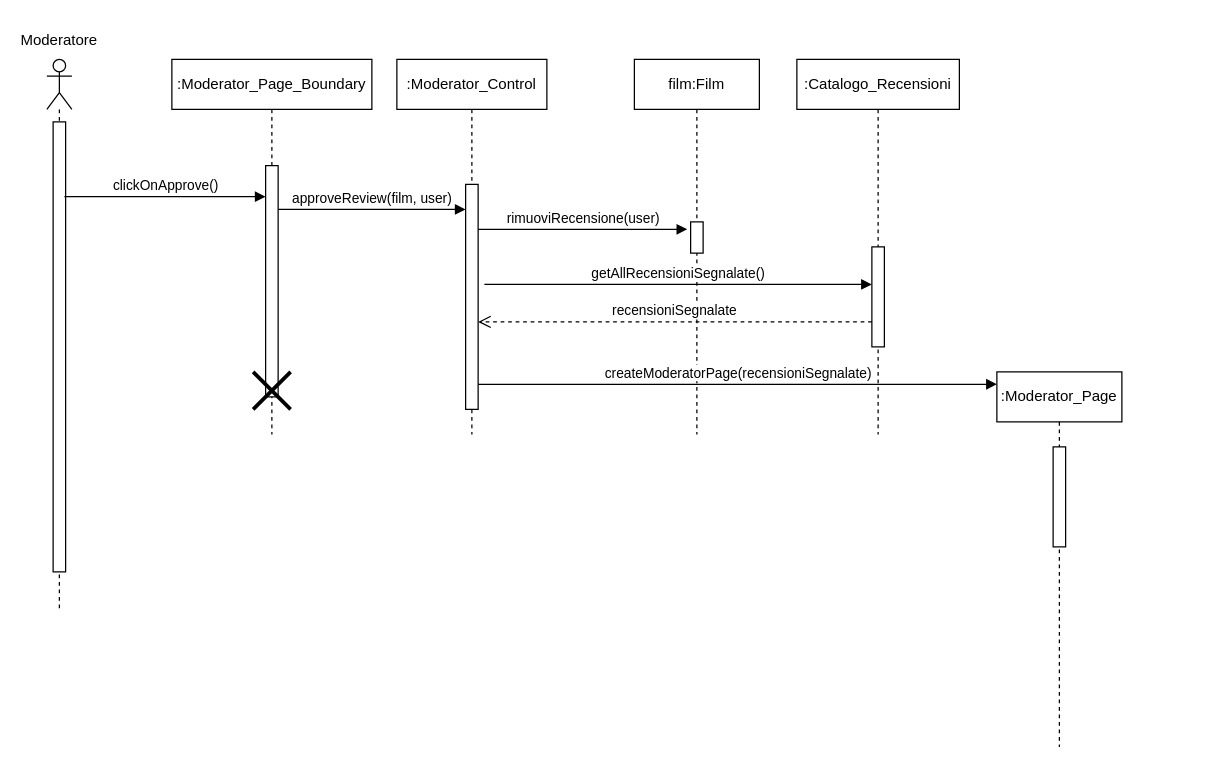
The draw.io diagram New Diagrams/Sequence Diagrams/UC19- Elimina recensione.drawio in superfra01/Rated, before the edit. Source tidied: cells renumbered, new cells numbered last; positions are measured from the earlier drawing's top-left corner, leaving out a move shared by most shapes. Both pictures are drawn from the tidied source at 125%, with x=0, y=0 at pixel (21, 21).
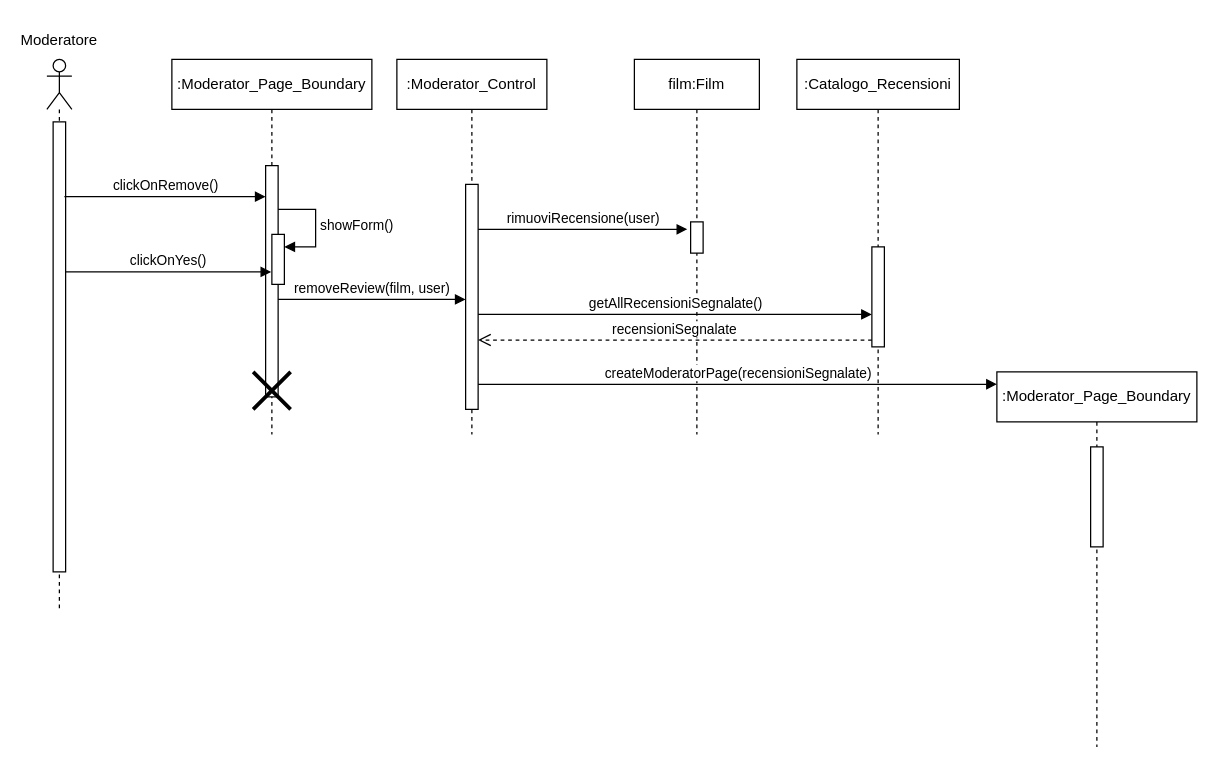
Above is the later version.

Unchanged cells that the change refers to:
```xml
<mxCell id="11" style="html=1;points=[[0,0,0,0,5],[0,1,0,0,-5],[1,0,0,0,5],[1,1,0,0,-5]];perimeter=orthogonalPerimeter;outlineConnect=0;targetShapes=umlLifeline;portConstraint=eastwest;newEdgeStyle={&quot;curved&quot;:0,&quot;rounded&quot;:0};" parent="10" vertex="1">
  <mxGeometry x="55" y="100" width="10" height="180" as="geometry" />
</mxCell>
<mxCell id="17" style="html=1;points=[[0,0,0,0,5],[0,1,0,0,-5],[1,0,0,0,5],[1,1,0,0,-5]];perimeter=orthogonalPerimeter;outlineConnect=0;targetShapes=umlLifeline;portConstraint=eastwest;newEdgeStyle={&quot;curved&quot;:0,&quot;rounded&quot;:0};" parent="16" vertex="1">
  <mxGeometry x="60" y="150" width="10" height="80" as="geometry" />
</mxCell>
```

The edit, as a diff of the source:
```diff
@@
-    <mxCell id="2" style="shape=umlLifeline;perimeter=lifelinePerimeter;whiteSpace=wrap;html=1;newEdgeStyle={&quot;curved&quot;:0,&quot;rounded&quot;:0};participant=umlActor;" parent="1" vertex="1">
-      <mxGeometry x="20" y="30" width="20" height="440" as="geometry" />
-    </mxCell>
+    <mxCell id="22" style="shape=umlLifeline;perimeter=lifelinePerimeter;whiteSpace=wrap;html=1;newEdgeStyle={&quot;curved&quot;:0,&quot;rounded&quot;:0};participant=umlActor;" parent="1" vertex="1">
+      <mxGeometry x="20" y="30" width="20" height="440" as="geometry" />
+    </mxCell>
-    <mxCell id="3" style="html=1;perimeter=orthogonalPerimeter;targetShapes=umlLifeline;newEdgeStyle={&quot;curved&quot;:0,&quot;rounded&quot;:0};" parent="2" vertex="1">
+    <mxCell id="3" style="html=1;perimeter=orthogonalPerimeter;targetShapes=umlLifeline;newEdgeStyle={&quot;curved&quot;:0,&quot;rounded&quot;:0};" parent="22" vertex="1">
       <mxGeometry x="5" y="50" width="10" height="360" as="geometry" />
     </mxCell>
@@
-    <mxCell id="5" value="clickOnApprove()" style="html=1;verticalAlign=bottom;endArrow=block;curved=0;rounded=0;exitX=0.8;exitY=0.166;exitDx=0;exitDy=0;exitPerimeter=0;" parent="1" edge="1" target="7">
-      <mxGeometry relative="1" as="geometry">
-        <mxPoint x="34" y="139.8" as="sourcePoint" />
-      </mxGeometry>
-    </mxCell>
-    <mxCell id="6" value=":Moderator_Page_Boundary" style="shape=umlLifeline;perimeter=lifelinePerimeter;whiteSpace=wrap;html=1;newEdgeStyle={&quot;curved&quot;:0,&quot;rounded&quot;:0};" parent="1" vertex="1">
-      <mxGeometry x="120" y="30" width="160" height="300" as="geometry" />
-    </mxCell>
+    <mxCell id="23" value="clickOnRemove()" style="html=1;verticalAlign=bottom;endArrow=block;curved=0;rounded=0;exitX=0.8;exitY=0.166;exitDx=0;exitDy=0;exitPerimeter=0;" parent="1" edge="1" target="7">
+      <mxGeometry relative="1" as="geometry">
+        <mxPoint x="34" y="139.8" as="sourcePoint" />
+      </mxGeometry>
+    </mxCell>
+    <mxCell id="24" value=":Moderator_Page_Boundary" style="shape=umlLifeline;perimeter=lifelinePerimeter;whiteSpace=wrap;html=1;newEdgeStyle={&quot;curved&quot;:0,&quot;rounded&quot;:0};" parent="1" vertex="1">
+      <mxGeometry x="120" y="30" width="160" height="300" as="geometry" />
+    </mxCell>
-    <mxCell id="7" style="html=1;points=[[0,0,0,0,5],[0,1,0,0,-5],[1,0,0,0,5],[1,1,0,0,-5]];perimeter=orthogonalPerimeter;outlineConnect=0;targetShapes=umlLifeline;portConstraint=eastwest;newEdgeStyle={&quot;curved&quot;:0,&quot;rounded&quot;:0};" parent="6" vertex="1">
+    <mxCell id="7" style="html=1;points=[[0,0,0,0,5],[0,1,0,0,-5],[1,0,0,0,5],[1,1,0,0,-5]];perimeter=orthogonalPerimeter;outlineConnect=0;targetShapes=umlLifeline;portConstraint=eastwest;newEdgeStyle={&quot;curved&quot;:0,&quot;rounded&quot;:0};" parent="24" vertex="1">
       <mxGeometry x="75" y="85" width="10" height="185" as="geometry" />
     </mxCell>
-    <mxCell id="8" style="shape=umlDestroy;whiteSpace=wrap;html=1;strokeWidth=3;targetShapes=umlLifeline;" parent="6" vertex="1">
+    <mxCell id="8" style="shape=umlDestroy;whiteSpace=wrap;html=1;strokeWidth=3;targetShapes=umlLifeline;" parent="24" vertex="1">
       <mxGeometry x="65" y="250" width="30" height="30" as="geometry" />
     </mxCell>
-    <mxCell id="9" value="approveReview(film, user)" style="html=1;verticalAlign=bottom;endArrow=block;curved=0;rounded=0;" parent="1" edge="1" source="7" target="11">
-      <mxGeometry relative="1" as="geometry">
-        <Array as="points">
-          <mxPoint x="260" y="150" />
-        </Array>
-      </mxGeometry>
-    </mxCell>
+    <mxCell id="25" style="html=1;points=[[0,0,0,0,5],[0,1,0,0,-5],[1,0,0,0,5],[1,1,0,0,-5]];perimeter=orthogonalPerimeter;outlineConnect=0;targetShapes=umlLifeline;portConstraint=eastwest;newEdgeStyle={&quot;curved&quot;:0,&quot;rounded&quot;:0};" parent="24" vertex="1">
+      <mxGeometry x="80" y="140" width="10" height="40" as="geometry" />
+    </mxCell>
+    <mxCell id="26" value="showForm()" style="html=1;align=left;spacingLeft=2;endArrow=block;rounded=0;edgeStyle=orthogonalEdgeStyle;curved=0;rounded=0;" parent="24" edge="1" target="25">
+      <mxGeometry relative="1" as="geometry">
+        <mxPoint x="85" y="120" as="sourcePoint" />
+        <Array as="points">
+          <mxPoint x="115" y="150" />
+        </Array>
+      </mxGeometry>
+    </mxCell>
+    <mxCell id="27" value="removeReview(film, user)" style="html=1;verticalAlign=bottom;endArrow=block;curved=0;rounded=0;" parent="1" edge="1">
+      <mxGeometry relative="1" as="geometry">
+        <mxPoint x="205" y="222" as="sourcePoint" />
+        <mxPoint x="355" y="222" as="targetPoint" />
+        <Array as="points">
+          <mxPoint x="260" y="222" />
+        </Array>
+      </mxGeometry>
+    </mxCell>
@@
-    <mxCell id="15" value="getAllRecensioniSegnalate()" style="html=1;verticalAlign=bottom;endArrow=block;curved=0;rounded=0;" parent="1" edge="1" target="17">
+    <mxCell id="15" value="getAllRecensioniSegnalate()" style="html=1;verticalAlign=bottom;endArrow=block;curved=0;rounded=0;" parent="1" edge="1">
       <mxGeometry relative="1" as="geometry">
-        <mxPoint x="370" y="210" as="sourcePoint" />
+        <mxPoint x="365" y="234" as="sourcePoint" />
+        <mxPoint x="680" y="234" as="targetPoint" />
       </mxGeometry>
     </mxCell>
@@
-    <mxCell id="18" value="recensioniSegnalate" style="html=1;verticalAlign=bottom;endArrow=open;dashed=1;endSize=8;curved=0;rounded=0;" parent="1" edge="1" target="11">
+    <mxCell id="18" value="recensioniSegnalate" style="html=1;verticalAlign=bottom;endArrow=open;dashed=1;endSize=8;curved=0;rounded=0;" parent="1" edge="1">
       <mxGeometry relative="1" as="geometry">
-        <mxPoint x="680" y="240" as="sourcePoint" />
+        <mxPoint x="680" y="254.5" as="sourcePoint" />
+        <mxPoint x="365" y="254.5" as="targetPoint" />
       </mxGeometry>
     </mxCell>
-    <mxCell id="19" value=":Moderator_Page" style="shape=umlLifeline;perimeter=lifelinePerimeter;whiteSpace=wrap;html=1;outlineConnect=0;portConstraint=eastwest;newEdgeStyle={&quot;curved&quot;:0,&quot;rounded&quot;:0};" parent="1" vertex="1">
-      <mxGeometry x="780" y="280" width="100" height="300" as="geometry" />
-    </mxCell>
-    <mxCell id="20" style="html=1;perimeter=orthogonalPerimeter;targetShapes=umlLifeline;newEdgeStyle={&quot;curved&quot;:0,&quot;rounded&quot;:0};" parent="19" vertex="1">
-      <mxGeometry x="45" y="60" width="10" height="80" as="geometry" />
-    </mxCell>
+    <mxCell id="28" value=":Moderator_Page_Boundary" style="shape=umlLifeline;perimeter=lifelinePerimeter;whiteSpace=wrap;html=1;outlineConnect=0;portConstraint=eastwest;newEdgeStyle={&quot;curved&quot;:0,&quot;rounded&quot;:0};" parent="1" vertex="1">
+      <mxGeometry x="780" y="280" width="160" height="300" as="geometry" />
+    </mxCell>
+    <mxCell id="29" style="html=1;perimeter=orthogonalPerimeter;targetShapes=umlLifeline;newEdgeStyle={&quot;curved&quot;:0,&quot;rounded&quot;:0};" parent="28" vertex="1">
+      <mxGeometry x="75" y="60" width="10" height="80" as="geometry" />
+    </mxCell>
-    <mxCell id="21" value="createModeratorPage(recensioniSegnalate)" style="html=1;verticalAlign=bottom;endArrow=block;curved=0;rounded=0;entryX=0;entryY=0.033;entryDx=0;entryDy=0;entryPerimeter=0;" parent="1" edge="1" source="11" target="19">
+    <mxCell id="21" value="createModeratorPage(recensioniSegnalate)" style="html=1;verticalAlign=bottom;endArrow=block;curved=0;rounded=0;entryX=0;entryY=0.033;entryDx=0;entryDy=0;entryPerimeter=0;" parent="1" edge="1" source="11" target="28">
       <mxGeometry relative="1" as="geometry" />
     </mxCell>
+    <mxCell id="30" value="clickOnYes()" style="html=1;verticalAlign=bottom;endArrow=block;curved=0;rounded=0;" parent="1" edge="1">
+      <mxGeometry relative="1" as="geometry">
+        <mxPoint x="35" y="200" as="sourcePoint" />
+        <mxPoint x="199.5" y="200" as="targetPoint" />
+      </mxGeometry>
+    </mxCell>
```
